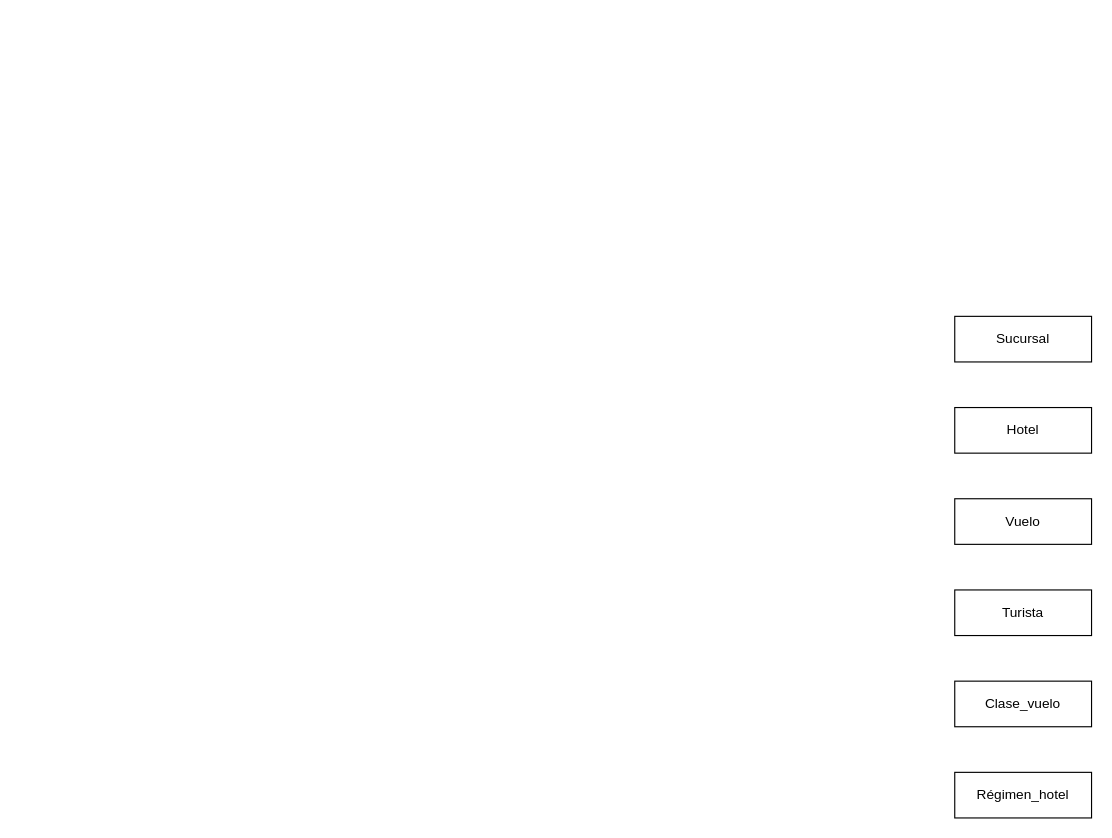
Earlier version of the draw.io diagram BBDD/TAREAS/TAREA 4/Tarea 4 .drawio (blascojavi/2019daw1). Source tidied: cells renumbered, new cells numbered last; positions are measured from the earlier drawing's top-left corner, leaving out a move shared by most shapes. Both pictures are drawn from the tidied source at 114%, with x=0, y=0 at pixel (954, 316).
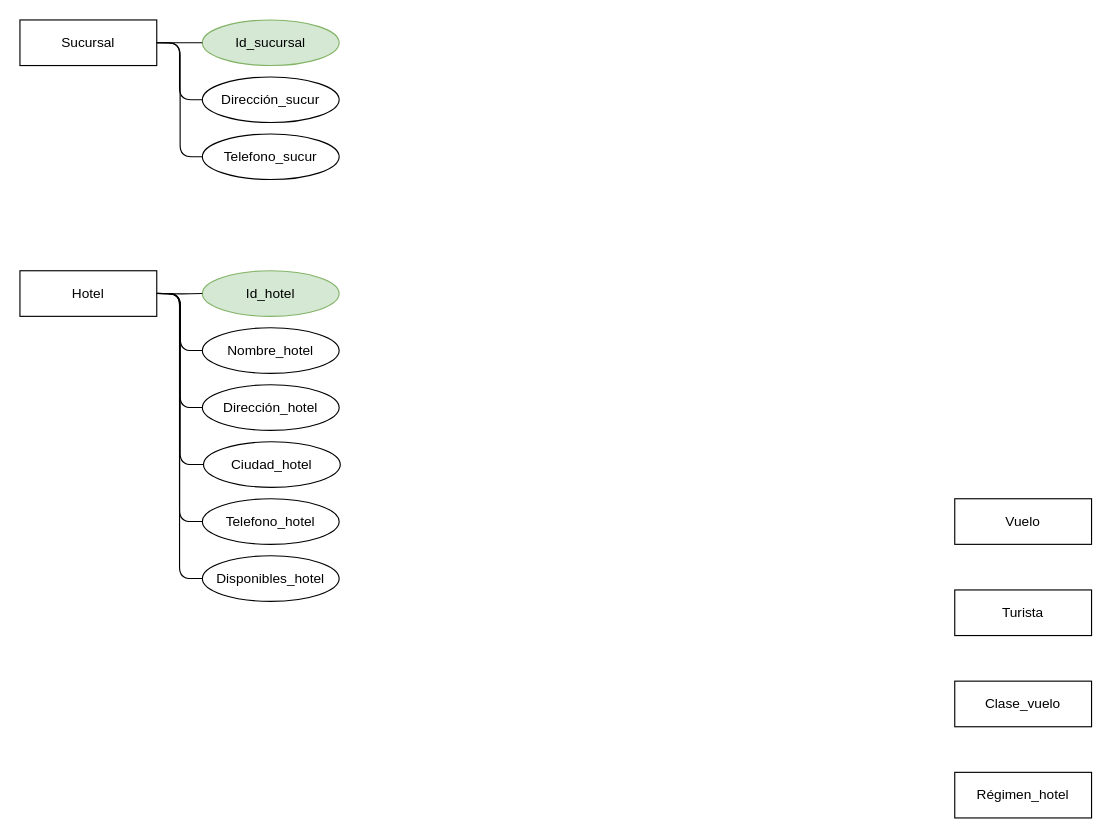
The same page after the edit.

Change to the diagram source:
```diff
@@
     <mxCell id="2" value="Sucursal" style="rounded=0;whiteSpace=wrap;html=1;" parent="1" vertex="1">
-      <mxGeometry width="120" height="40" as="geometry" />
+      <mxGeometry x="-820" y="-260" width="120" height="40" as="geometry" />
     </mxCell>
     <mxCell id="3" value="Hotel" style="rounded=0;whiteSpace=wrap;html=1;" parent="1" vertex="1">
-      <mxGeometry y="80" width="120" height="40" as="geometry" />
+      <mxGeometry x="-820" y="-40" width="120" height="40" as="geometry" />
     </mxCell>
@@
+    <mxCell id="8" value="Id_sucursal" style="ellipse;whiteSpace=wrap;html=1;fillColor=#d5e8d4;strokeColor=#82b366;" parent="1" vertex="1">
+      <mxGeometry x="-660" y="-260" width="120" height="40" as="geometry" />
+    </mxCell>
+    <mxCell id="9" value="Dirección_sucur" style="ellipse;whiteSpace=wrap;html=1;" parent="1" vertex="1">
+      <mxGeometry x="-660" y="-210" width="120" height="40" as="geometry" />
+    </mxCell>
+    <mxCell id="10" value="Telefono_sucur" style="ellipse;whiteSpace=wrap;html=1;" parent="1" vertex="1">
+      <mxGeometry x="-660" y="-160" width="120" height="40" as="geometry" />
+    </mxCell>
+    <mxCell id="11" style="endArrow=none;html=1;edgeStyle=orthogonalEdgeStyle;exitX=1;exitY=0.5;exitDx=0;exitDy=0;entryX=0;entryY=0.5;entryDx=0;entryDy=0;" parent="1" edge="1" source="2" target="9">
+      <mxGeometry relative="1" as="geometry" />
+    </mxCell>
+    <mxCell id="12" style="endArrow=none;html=1;edgeStyle=orthogonalEdgeStyle;entryX=0;entryY=0.5;entryDx=0;entryDy=0;" parent="1" edge="1" target="10">
+      <mxGeometry relative="1" as="geometry">
+        <mxPoint x="-700" y="-240" as="sourcePoint" />
+      </mxGeometry>
+    </mxCell>
+    <mxCell id="13" style="endArrow=none;html=1;edgeStyle=orthogonalEdgeStyle;exitX=1;exitY=0.5;exitDx=0;exitDy=0;entryX=0;entryY=0.5;entryDx=0;entryDy=0;" parent="1" edge="1" source="2" target="8">
+      <mxGeometry relative="1" as="geometry" />
+    </mxCell>
+    <mxCell id="14" value="Id_hotel" style="ellipse;whiteSpace=wrap;html=1;fillColor=#d5e8d4;strokeColor=#82b366;" parent="1" vertex="1">
+      <mxGeometry x="-660" y="-40" width="120" height="40" as="geometry" />
+    </mxCell>
+    <mxCell id="15" value="Nombre_hotel" style="ellipse;whiteSpace=wrap;html=1;" parent="1" vertex="1">
+      <mxGeometry x="-660" y="10" width="120" height="40" as="geometry" />
+    </mxCell>
+    <mxCell id="16" value="Dirección_hotel" style="ellipse;whiteSpace=wrap;html=1;" parent="1" vertex="1">
+      <mxGeometry x="-660" y="60" width="120" height="40" as="geometry" />
+    </mxCell>
+    <mxCell id="17" style="endArrow=none;html=1;edgeStyle=orthogonalEdgeStyle;exitX=1;exitY=0.5;exitDx=0;exitDy=0;entryX=0;entryY=0.5;entryDx=0;entryDy=0;" parent="1" edge="1" target="15">
+      <mxGeometry relative="1" as="geometry">
+        <mxPoint x="-699.6" y="-20.1" as="sourcePoint" />
+      </mxGeometry>
+    </mxCell>
+    <mxCell id="18" style="endArrow=none;html=1;edgeStyle=orthogonalEdgeStyle;entryX=0;entryY=0.5;entryDx=0;entryDy=0;" parent="1" edge="1" target="16">
+      <mxGeometry relative="1" as="geometry">
+        <mxPoint x="-700" y="-20" as="sourcePoint" />
+      </mxGeometry>
+    </mxCell>
+    <mxCell id="19" style="endArrow=none;html=1;edgeStyle=orthogonalEdgeStyle;exitX=1;exitY=0.5;exitDx=0;exitDy=0;entryX=0;entryY=0.5;entryDx=0;entryDy=0;" parent="1" edge="1" target="14">
+      <mxGeometry relative="1" as="geometry">
+        <mxPoint x="-699.6" y="-20.1" as="sourcePoint" />
+      </mxGeometry>
+    </mxCell>
+    <mxCell id="20" value="Ciudad_hotel" style="ellipse;whiteSpace=wrap;html=1;" parent="1" vertex="1">
+      <mxGeometry x="-659" y="110" width="120" height="40" as="geometry" />
+    </mxCell>
+    <mxCell id="21" style="endArrow=none;html=1;edgeStyle=orthogonalEdgeStyle;entryX=0;entryY=0.5;entryDx=0;entryDy=0;exitX=1;exitY=0.5;exitDx=0;exitDy=0;" parent="1" edge="1" source="3" target="20">
+      <mxGeometry relative="1" as="geometry" />
+    </mxCell>
+    <mxCell id="22" value="Telefono_hotel" style="ellipse;whiteSpace=wrap;html=1;" parent="1" vertex="1">
+      <mxGeometry x="-660" y="160" width="120" height="40" as="geometry" />
+    </mxCell>
+    <mxCell id="23" style="endArrow=none;html=1;edgeStyle=orthogonalEdgeStyle;entryX=0;entryY=0.5;entryDx=0;entryDy=0;exitX=1;exitY=0.5;exitDx=0;exitDy=0;" parent="1" edge="1" source="3" target="22">
+      <mxGeometry relative="1" as="geometry" />
+    </mxCell>
+    <mxCell id="24" value="Disponibles_hotel" style="ellipse;whiteSpace=wrap;html=1;" parent="1" vertex="1">
+      <mxGeometry x="-660" y="210" width="120" height="40" as="geometry" />
+    </mxCell>
+    <mxCell id="25" style="endArrow=none;html=1;edgeStyle=orthogonalEdgeStyle;entryX=0;entryY=0.5;entryDx=0;entryDy=0;exitX=1;exitY=0.5;exitDx=0;exitDy=0;" parent="1" edge="1" source="3" target="24">
+      <mxGeometry relative="1" as="geometry" />
+    </mxCell>
```
